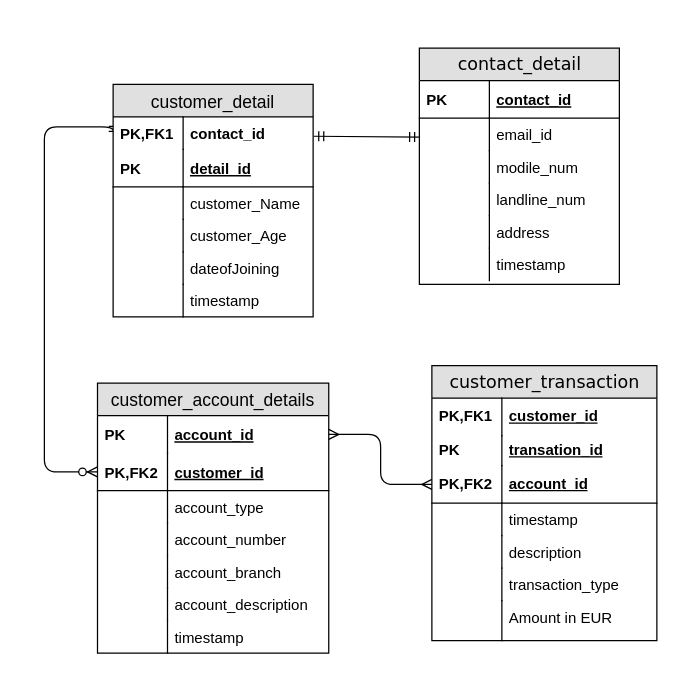
This is repository/src/main/resources/static/db-design-diagram.drawio from parantapmathur/OpeningBankAccount, a draw.io file, before an edit. Source tidied: cells renumbered, new cells numbered last; positions are measured from the earlier drawing's top-left corner, leaving out a move shared by most shapes. Both pictures are drawn from the tidied source at 125%, with x=0, y=0 at pixel (44, 48).
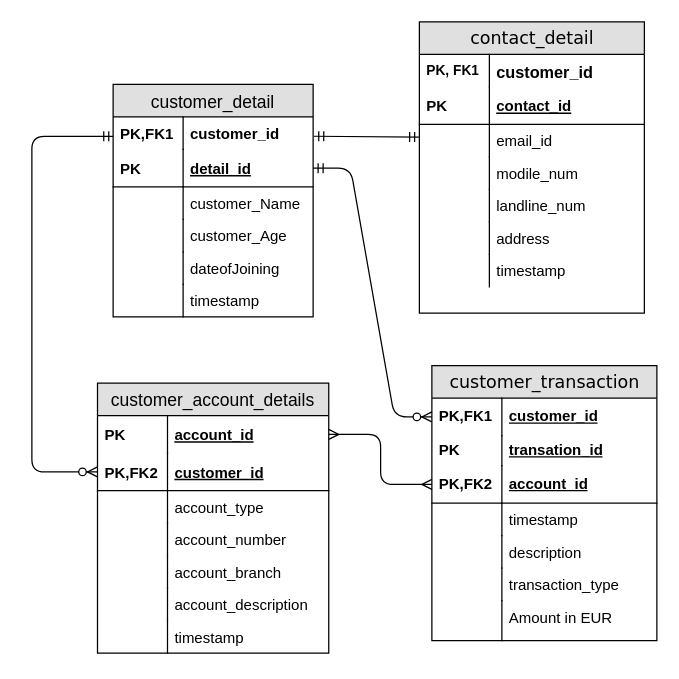
The same diagram, later.

Unchanged cells that the change refers to:
```xml
<mxCell id="16" value="customer_id" style="shape=partialRectangle;top=0;left=0;right=0;bottom=0;html=1;align=left;verticalAlign=middle;fillColor=none;spacingLeft=60;spacingRight=4;whiteSpace=wrap;overflow=hidden;points=[[0,0.5],[1,0.5]];portConstraint=eastwest;fontStyle=5;" parent="15" vertex="1">
  <mxGeometry y="26" width="180" height="30" as="geometry" />
</mxCell>
<mxCell id="33" value="customer_id" style="shape=partialRectangle;top=0;left=0;right=0;bottom=1;align=left;verticalAlign=middle;fillColor=none;spacingLeft=60;spacingRight=4;overflow=hidden;points=[[0,0.5],[1,0.5]];portConstraint=eastwest;fontStyle=5;fontSize=12;" parent="30" vertex="1">
  <mxGeometry y="56" width="185" height="30" as="geometry" />
</mxCell>
<mxCell id="48" value="customer_detail" style="swimlane;fontStyle=0;horizontal=1;startSize=26;fillColor=#e0e0e0;swimlaneFillColor=#ffffff;align=center;fontSize=14;" parent="1" vertex="1">
  <mxGeometry x="55" y="29" width="160" height="186" as="geometry" />
</mxCell>
<mxCell id="51" value="detail_id" style="shape=partialRectangle;top=0;left=0;right=0;bottom=1;align=left;verticalAlign=middle;fillColor=none;spacingLeft=60;spacingRight=4;overflow=hidden;points=[[0,0.5],[1,0.5]];portConstraint=eastwest;fontStyle=5;fontSize=12;" parent="48" vertex="1">
  <mxGeometry y="52" width="160" height="30" as="geometry" />
</mxCell>
```

Diff of the diagram source:
```diff
@@
     <mxCell id="2" value="contact_detail" style="swimlane;html=1;fontStyle=0;horizontal=1;startSize=26;fillColor=#e0e0e0;swimlaneFillColor=#ffffff;align=center;rounded=0;shadow=0;comic=0;labelBackgroundColor=none;strokeColor=#000000;strokeWidth=1;fontFamily=Verdana;fontSize=14;fontColor=#000000;" parent="1" vertex="1">
-      <mxGeometry x="300" width="160" height="189" as="geometry" />
+      <mxGeometry x="300" y="-21" width="180" height="233" as="geometry" />
     </mxCell>
+    <mxCell id="61" value="customer_id" style="shape=partialRectangle;top=0;left=0;right=0;bottom=0;html=1;align=left;verticalAlign=top;fillColor=none;spacingLeft=60;spacingRight=4;whiteSpace=wrap;overflow=hidden;fontSize=13;fontStyle=1;" parent="2" vertex="1">
+      <mxGeometry y="26" width="180" height="26" as="geometry" />
+    </mxCell>
+    <mxCell id="62" value="PK, FK1" style="shape=partialRectangle;top=0;left=0;bottom=0;html=1;fillColor=none;align=left;verticalAlign=top;spacingLeft=4;spacingRight=4;whiteSpace=wrap;overflow=hidden;fontSize=11;fontStyle=1;" parent="61" vertex="1">
+      <mxGeometry width="56" height="26" as="geometry" />
+    </mxCell>
     <mxCell id="3" value="contact_id" style="shape=partialRectangle;top=0;left=0;right=0;bottom=1;align=left;verticalAlign=middle;fillColor=none;spacingLeft=60;spacingRight=4;overflow=hidden;fontStyle=5;fontSize=12;" parent="2" vertex="1">
-      <mxGeometry y="26" width="160" height="30" as="geometry" />
+      <mxGeometry y="52" width="180" height="30" as="geometry" />
     </mxCell>
@@
     <mxCell id="5" value="email_id" style="shape=partialRectangle;top=0;left=0;right=0;bottom=0;html=1;align=left;verticalAlign=top;fillColor=none;spacingLeft=60;spacingRight=4;whiteSpace=wrap;overflow=hidden;" parent="2" vertex="1">
-      <mxGeometry y="56" width="160" height="26" as="geometry" />
+      <mxGeometry y="82" width="180" height="26" as="geometry" />
     </mxCell>
@@
     <mxCell id="7" value="modile_num" style="shape=partialRectangle;top=0;left=0;right=0;bottom=0;html=1;align=left;verticalAlign=top;fillColor=none;spacingLeft=60;spacingRight=4;whiteSpace=wrap;overflow=hidden;" parent="2" vertex="1">
-      <mxGeometry y="82" width="160" height="26" as="geometry" />
+      <mxGeometry y="108" width="180" height="26" as="geometry" />
     </mxCell>
@@
     <mxCell id="9" value="landline_num" style="shape=partialRectangle;top=0;left=0;right=0;bottom=0;html=1;align=left;verticalAlign=top;fillColor=none;spacingLeft=60;spacingRight=4;whiteSpace=wrap;overflow=hidden;" parent="2" vertex="1">
-      <mxGeometry y="108" width="160" height="26" as="geometry" />
+      <mxGeometry y="134" width="180" height="26" as="geometry" />
     </mxCell>
@@
     <mxCell id="11" value="address" style="shape=partialRectangle;top=0;left=0;right=0;bottom=0;html=1;align=left;verticalAlign=top;fillColor=none;spacingLeft=60;spacingRight=4;whiteSpace=wrap;overflow=hidden;" parent="2" vertex="1">
-      <mxGeometry y="134" width="160" height="26" as="geometry" />
+      <mxGeometry y="160" width="180" height="26" as="geometry" />
     </mxCell>
@@
     <mxCell id="13" value="timestamp" style="shape=partialRectangle;top=0;left=0;right=0;bottom=0;html=1;align=left;verticalAlign=top;fillColor=none;spacingLeft=60;spacingRight=4;whiteSpace=wrap;overflow=hidden;" parent="2" vertex="1">
-      <mxGeometry y="160" width="160" height="26" as="geometry" />
+      <mxGeometry y="186" width="180" height="26" as="geometry" />
     </mxCell>
@@
-    <mxCell id="47" style="fontSize=12;html=1;endArrow=ERzeroToMany;startArrow=ERmandOne;entryX=0;entryY=0.5;entryDx=0;entryDy=0;exitX=0;exitY=0.5;exitDx=0;exitDy=0;edgeStyle=orthogonalEdgeStyle;" parent="1" edge="1" target="33">
+    <mxCell id="47" style="fontSize=12;html=1;endArrow=ERzeroToMany;startArrow=ERmandOne;entryX=0;entryY=0.5;entryDx=0;entryDy=0;exitX=0;exitY=0.5;exitDx=0;exitDy=0;edgeStyle=elbowEdgeStyle;" parent="1" edge="1" target="33">
       <mxGeometry relative="1" as="geometry">
         <mxPoint x="55.5" y="70.5" as="sourcePoint" />
         <Array as="points">
-          <mxPoint y="63" />
-          <mxPoint y="339" />
+          <mxPoint x="-10" y="199" />
         </Array>
       </mxGeometry>
     </mxCell>
@@
-    <mxCell id="49" value="contact_id" style="shape=partialRectangle;top=0;left=0;right=0;bottom=0;align=left;verticalAlign=top;fillColor=none;spacingLeft=60;spacingRight=4;overflow=hidden;fontSize=12;fontStyle=1;" parent="48" vertex="1">
+    <mxCell id="49" value="customer_id" style="shape=partialRectangle;top=0;left=0;right=0;bottom=0;align=left;verticalAlign=top;fillColor=none;spacingLeft=60;spacingRight=4;overflow=hidden;fontSize=12;fontStyle=1;" parent="48" vertex="1">
       <mxGeometry y="26" width="160" height="26" as="geometry" />
     </mxCell>
@@
+    <mxCell id="63" style="edgeStyle=entityRelationEdgeStyle;fontSize=12;html=1;endArrow=ERzeroToMany;startArrow=ERmandOne;entryX=0;entryY=0.5;entryDx=0;entryDy=0;exitX=1;exitY=0.5;exitDx=0;exitDy=0;" parent="1" edge="1" source="51" target="16">
+      <mxGeometry relative="1" as="geometry" />
+    </mxCell>
```
